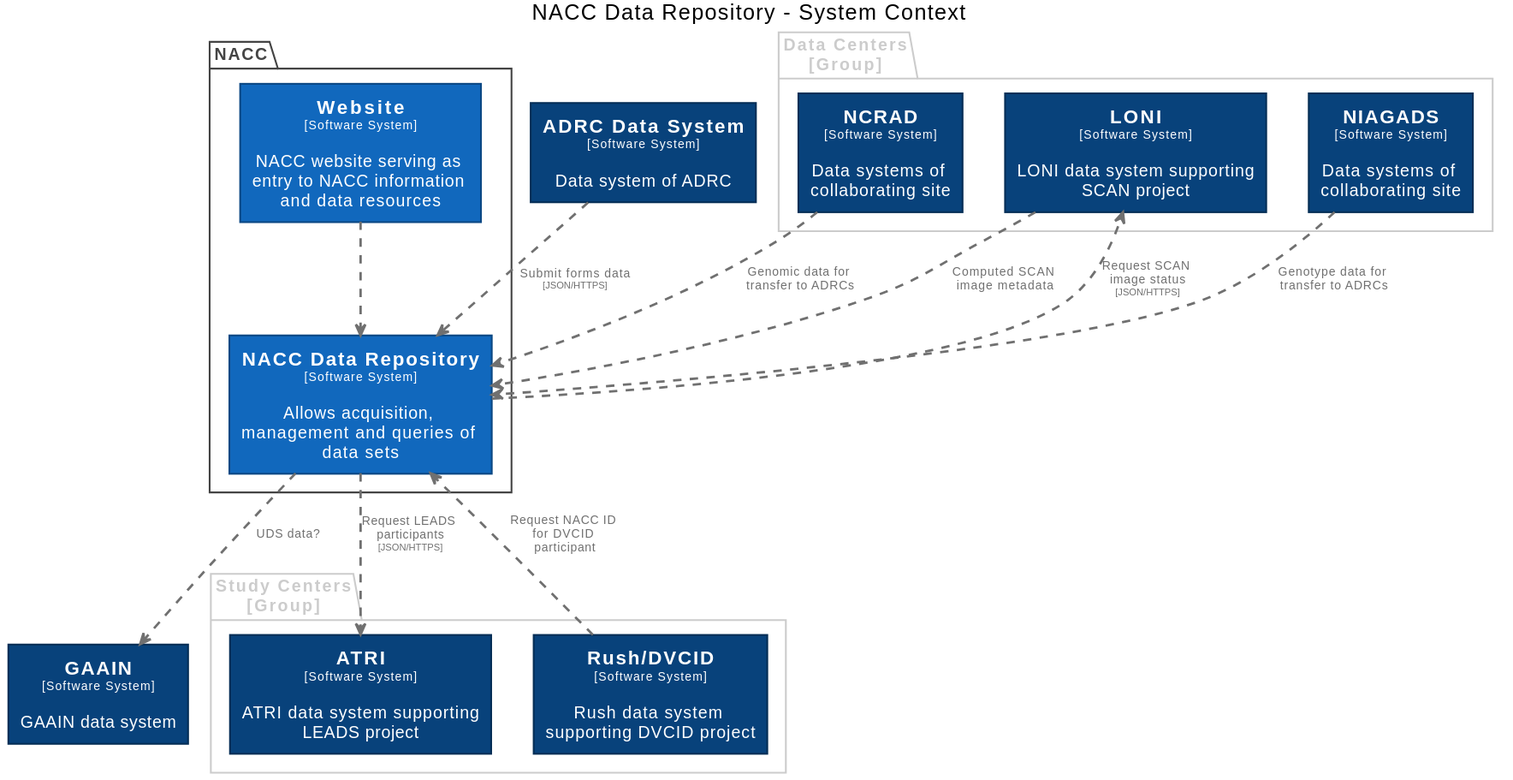
Earlier version of the PlantUML export docs/images/structurizr-RepositoryContext.svg (naccdata/system-design).
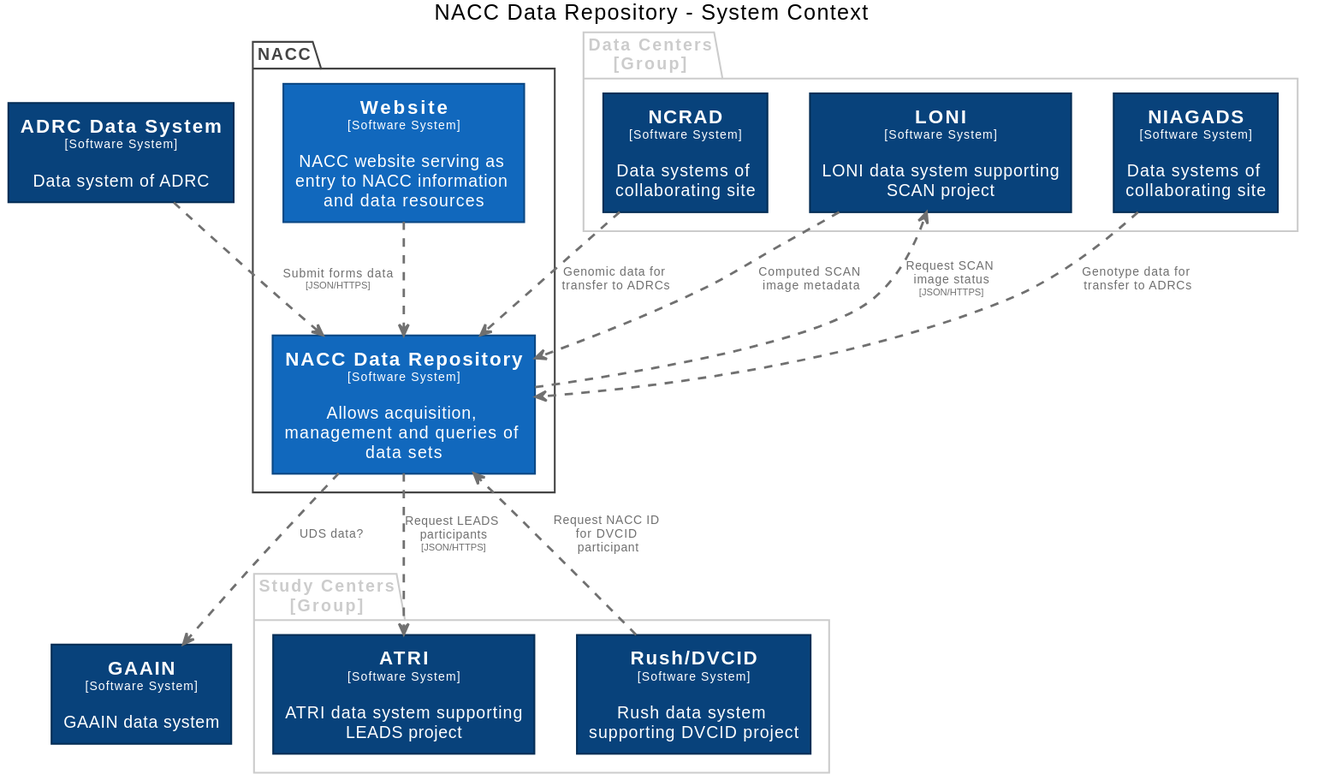
The same file after the commit.

Diff of the diagram source:
```diff
@@ -84,16 +84,16 @@
   rectangle "==Rush/DVCID\n<size:10>[Software System]</size>\n\nRush data system supporting DVCID project" <<RushDVCID>> as RushDVCID
 }
 
+rectangle "==ADRC Data System\n<size:10>[Software System]</size>\n\nData system of ADRC" <<ADRCDataSystem>> as ADRCDataSystem
 rectangle "==GAAIN\n<size:10>[Software System]</size>\n\nGAAIN data system" <<GAAIN>> as GAAIN
-rectangle "==ADRC Data System\n<size:10>[Software System]</size>\n\nData system of ADRC" <<ADRCDataSystem>> as ADRCDataSystem
 
+ADRCDataSystem .[#707070,thickness=2].> NACCDataRepository : "<color:#707070>Submit forms data\n<color:#707070><size:8>[JSON/HTTPS]</size>"
+NCRAD .[#707070,thickness=2].> NACCDataRepository : "<color:#707070>Genomic data for transfer to ADRCs"
+NIAGADS .[#707070,thickness=2].> NACCDataRepository : "<color:#707070>Genotype data for transfer to ADRCs"
 LONI .[#707070,thickness=2].> NACCDataRepository : "<color:#707070>Computed SCAN image metadata"
 NACCDataRepository .[#707070,thickness=2].> LONI : "<color:#707070>Request SCAN image status\n<color:#707070><size:8>[JSON/HTTPS]</size>"
 NACCDataRepository .[#707070,thickness=2].> ATRI : "<color:#707070>Request LEADS participants\n<color:#707070><size:8>[JSON/HTTPS]</size>"
 RushDVCID .[#707070,thickness=2].> NACCDataRepository : "<color:#707070>Request NACC ID for DVCID participant"
 NACCDataRepository .[#707070,thickness=2].> GAAIN : "<color:#707070>UDS data?"
 Website .[#707070,thickness=2].> NACCDataRepository : "<color:#707070>"
-ADRCDataSystem .[#707070,thickness=2].> NACCDataRepository : "<color:#707070>Submit forms data\n<color:#707070><size:8>[JSON/HTTPS]</size>"
-NCRAD .[#707070,thickness=2].> NACCDataRepository : "<color:#707070>Genomic data for transfer to ADRCs"
-NIAGADS .[#707070,thickness=2].> NACCDataRepository : "<color:#707070>Genotype data for transfer to ADRCs"
 @enduml
```
